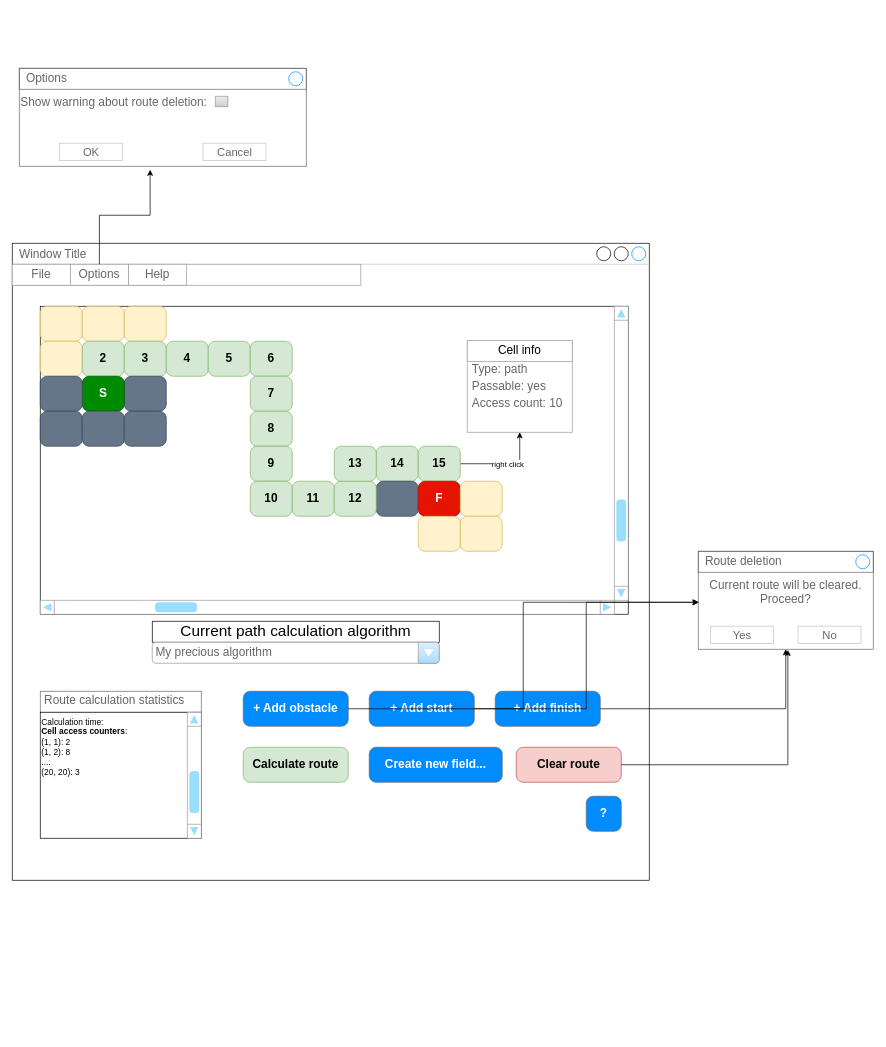
drevoborod/maze keeps this draw.io diagram as interface.drawio. Above is the earlier version. Source tidied: cells renumbered, new cells numbered last; positions are measured from the earlier drawing's top-left corner, leaving out a move shared by most shapes. Both pictures are drawn from the tidied source at 70%, with x=0, y=0 at pixel (12, 68).
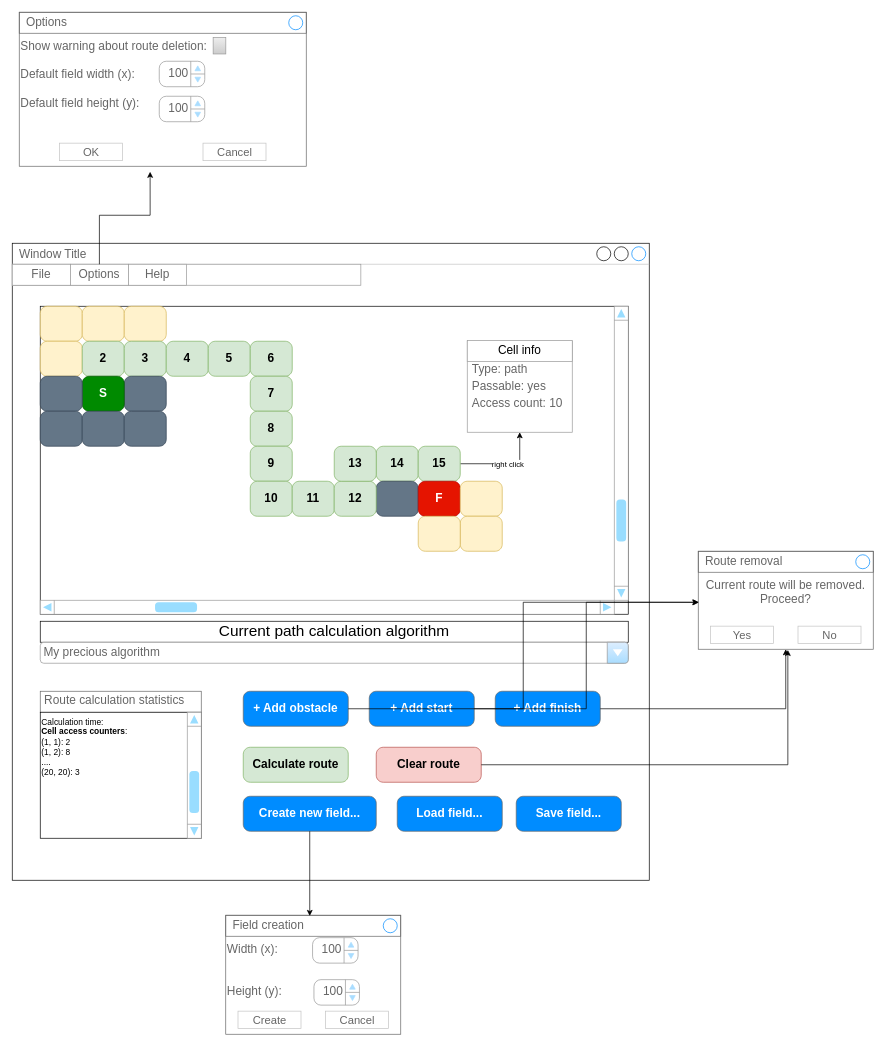
Above is the later version.

Commit message:
GUI sketch improved.

Unchanged cells that the change refers to:
```xml
<mxCell id="6" style="group;" parent="1" vertex="1">
  <mxGeometry x="40" y="890" width="840" height="210" as="geometry" />
</mxCell>
```

What changed in the source:
```diff
@@
     <mxCell id="10" value="Clear route" style="strokeWidth=1;shadow=0;dashed=0;align=center;html=1;shape=mxgraph.mockup.buttons.button;strokeColor=#b85450;mainText=;buttonStyle=round;fontSize=17;fontStyle=1;fillColor=#f8cecc;whiteSpace=wrap;" parent="6" vertex="1">
-      <mxGeometry x="680" y="80" width="150" height="50" as="geometry" />
+      <mxGeometry x="480" y="80" width="150" height="50" as="geometry" />
     </mxCell>
     <mxCell id="11" value="Create new field..." style="strokeWidth=1;shadow=0;dashed=0;align=center;html=1;shape=mxgraph.mockup.buttons.button;strokeColor=#666666;fontColor=#ffffff;mainText=;buttonStyle=round;fontSize=17;fontStyle=1;fillColor=#008cff;whiteSpace=wrap;" parent="6" vertex="1">
-      <mxGeometry x="470" y="80" width="190" height="50" as="geometry" />
+      <mxGeometry x="290" y="150" width="190" height="50" as="geometry" />
     </mxCell>
@@
-    <mxCell id="16" value="?" style="strokeWidth=1;shadow=0;dashed=0;align=center;html=1;shape=mxgraph.mockup.buttons.button;strokeColor=#666666;fontColor=#ffffff;mainText=;buttonStyle=round;fontSize=17;fontStyle=1;fillColor=#008cff;whiteSpace=wrap;" parent="6" vertex="1">
-      <mxGeometry x="780" y="150" width="50" height="50" as="geometry" />
-    </mxCell>
+    <mxCell id="76" value="Load field..." style="strokeWidth=1;shadow=0;dashed=0;align=center;html=1;shape=mxgraph.mockup.buttons.button;strokeColor=#666666;fontColor=#ffffff;mainText=;buttonStyle=round;fontSize=17;fontStyle=1;fillColor=#008cff;whiteSpace=wrap;" parent="6" vertex="1">
+      <mxGeometry x="510" y="150" width="150" height="50" as="geometry" />
+    </mxCell>
+    <mxCell id="77" value="Save field..." style="strokeWidth=1;shadow=0;dashed=0;align=center;html=1;shape=mxgraph.mockup.buttons.button;strokeColor=#666666;fontColor=#ffffff;mainText=;buttonStyle=round;fontSize=17;fontStyle=1;fillColor=#008cff;whiteSpace=wrap;" parent="6" vertex="1">
+      <mxGeometry x="680" y="150" width="150" height="50" as="geometry" />
+    </mxCell>
     <mxCell id="17" value="Current path calculation algorithm" style="text;html=1;align=center;verticalAlign=middle;whiteSpace=wrap;rounded=0;strokeColor=default;fontSize=22;" parent="1" vertex="1">
-      <mxGeometry x="200" y="790" width="410" height="30" as="geometry" />
+      <mxGeometry x="40" y="790" width="840" height="30" as="geometry" />
     </mxCell>
     <mxCell id="18" value="My precious algorithm" style="strokeWidth=1;shadow=0;dashed=0;align=center;html=1;shape=mxgraph.mockup.forms.comboBox;strokeColor=#999999;fillColor=#ddeeff;align=left;fillColor2=#aaddff;mainText=;fontColor=#666666;fontSize=17;spacingLeft=3;" parent="1" vertex="1">
-      <mxGeometry x="200" y="820" width="410" height="30" as="geometry" />
+      <mxGeometry x="40" y="820" width="840" height="30" as="geometry" />
     </mxCell>
@@
-    <mxCell id="56" value="Current route will be cleared.&lt;div&gt;Proceed?&lt;/div&gt;" style="strokeWidth=1;shadow=0;dashed=0;align=center;html=1;shape=mxgraph.mockup.containers.rrect;rSize=0;strokeColor=#666666;fontColor=#666666;fontSize=17;verticalAlign=top;whiteSpace=wrap;fillColor=#ffffff;spacingTop=32;" parent="1" vertex="1">
+    <mxCell id="56" value="Current route will be removed.&lt;div&gt;Proceed?&lt;/div&gt;" style="strokeWidth=1;shadow=0;dashed=0;align=center;html=1;shape=mxgraph.mockup.containers.rrect;rSize=0;strokeColor=#666666;fontColor=#666666;fontSize=17;verticalAlign=top;whiteSpace=wrap;fillColor=#ffffff;spacingTop=32;" parent="1" vertex="1">
       <mxGeometry x="980" y="690" width="250" height="140" as="geometry" />
     </mxCell>
-    <mxCell id="57" value="Route deletion" style="strokeWidth=1;shadow=0;dashed=0;align=center;html=1;shape=mxgraph.mockup.containers.rrect;rSize=0;fontSize=17;fontColor=#666666;strokeColor=#666666;align=left;spacingLeft=8;fillColor=none;whiteSpace=wrap;" parent="56" vertex="1">
+    <mxCell id="57" value="Route removal" style="strokeWidth=1;shadow=0;dashed=0;align=center;html=1;shape=mxgraph.mockup.containers.rrect;rSize=0;fontSize=17;fontColor=#666666;strokeColor=#666666;align=left;spacingLeft=8;fillColor=none;whiteSpace=wrap;" parent="56" vertex="1">
       <mxGeometry width="250" height="30" relative="1" as="geometry" />
     </mxCell>
@@
-    <mxCell id="69" value="Show warning about route deletion:&amp;nbsp;" style="strokeWidth=1;shadow=0;dashed=0;align=left;html=1;shape=mxgraph.mockup.containers.rrect;rSize=0;strokeColor=#666666;fontColor=#666666;fontSize=17;verticalAlign=top;whiteSpace=wrap;fillColor=#ffffff;spacingTop=32;" parent="1" vertex="1">
-      <mxGeometry x="10" width="410" height="140" as="geometry" />
+    <mxCell id="69" value="Show warning about route deletion:&lt;div&gt;&lt;br&gt;&lt;/div&gt;&lt;div&gt;Default field width (x):&lt;/div&gt;&lt;div&gt;&lt;br&gt;&lt;/div&gt;&lt;div&gt;Default field height (y):&lt;br&gt;&lt;/div&gt;" style="strokeWidth=1;shadow=0;dashed=0;align=left;html=1;shape=mxgraph.mockup.containers.rrect;rSize=0;strokeColor=#666666;fontColor=#666666;fontSize=17;verticalAlign=top;whiteSpace=wrap;fillColor=#ffffff;spacingTop=32;" parent="1" vertex="1">
+      <mxGeometry x="10" y="-80" width="410" height="220" as="geometry" />
     </mxCell>
@@
     <mxCell id="74" style="strokeWidth=1;shadow=0;dashed=0;align=center;html=1;shape=mxgraph.mockup.forms.rrect;rSize=0;fillColor=#eeeeee;strokeColor=#999999;gradientColor=#cccccc;align=left;spacingLeft=4;fontSize=17;fontColor=#666666;labelPosition=right;" parent="69" vertex="1">
-      <mxGeometry x="280" y="40" width="18.1" height="15" as="geometry" />
+      <mxGeometry x="277" y="36" width="18.1" height="23.6" as="geometry" />
     </mxCell>
+    <mxCell id="78" value="&lt;table cellpadding=&quot;0&quot; cellspacing=&quot;0&quot; style=&quot;width:100%;height:100%;&quot;&gt;&lt;tr&gt;&lt;td style=&quot;width:85%&quot;&gt;100&lt;/td&gt;&lt;td style=&quot;width:15%&quot;&gt;&lt;/td&gt;&lt;/tr&gt;&lt;/table&gt;" style="strokeWidth=1;shadow=0;dashed=0;align=center;html=1;shape=mxgraph.mockup.forms.spinner;strokeColor=#999999;spinLayout=right;spinStyle=normal;adjStyle=triangle;fillColor=#aaddff;fontSize=17;fontColor=#666666;mainText=;html=1;overflow=fill;" parent="69" vertex="1">
+      <mxGeometry x="200" y="70" width="65" height="36.4" as="geometry" />
+    </mxCell>
+    <mxCell id="79" value="&lt;table cellpadding=&quot;0&quot; cellspacing=&quot;0&quot; style=&quot;width:100%;height:100%;&quot;&gt;&lt;tr&gt;&lt;td style=&quot;width:85%&quot;&gt;100&lt;/td&gt;&lt;td style=&quot;width:15%&quot;&gt;&lt;/td&gt;&lt;/tr&gt;&lt;/table&gt;" style="strokeWidth=1;shadow=0;dashed=0;align=center;html=1;shape=mxgraph.mockup.forms.spinner;strokeColor=#999999;spinLayout=right;spinStyle=normal;adjStyle=triangle;fillColor=#aaddff;fontSize=17;fontColor=#666666;mainText=;html=1;overflow=fill;" parent="69" vertex="1">
+      <mxGeometry x="200" y="120" width="65" height="36.4" as="geometry" />
+    </mxCell>
@@
+    <mxCell id="80" value="Width (x):&amp;nbsp;&lt;div&gt;&lt;br&gt;&lt;/div&gt;&lt;div&gt;&lt;br&gt;&lt;/div&gt;&lt;div&gt;Height (y):&lt;/div&gt;" style="strokeWidth=1;shadow=0;dashed=0;align=left;html=1;shape=mxgraph.mockup.containers.rrect;rSize=0;strokeColor=#666666;fontColor=#666666;fontSize=17;verticalAlign=top;whiteSpace=wrap;fillColor=#ffffff;spacingTop=32;" parent="1" vertex="1">
+      <mxGeometry x="305" y="1210" width="250" height="170" as="geometry" />
+    </mxCell>
+    <mxCell id="81" value="Field creation" style="strokeWidth=1;shadow=0;dashed=0;align=center;html=1;shape=mxgraph.mockup.containers.rrect;rSize=0;fontSize=17;fontColor=#666666;strokeColor=#666666;align=left;spacingLeft=8;fillColor=none;whiteSpace=wrap;" parent="80" vertex="1">
+      <mxGeometry width="250" height="30" relative="1" as="geometry" />
+    </mxCell>
+    <mxCell id="82" style="shape=ellipse;strokeColor=#008cff;fillColor=none;html=1;" parent="81" vertex="1">
+      <mxGeometry x="1" y="0.5" width="20" height="20" relative="1" as="geometry">
+        <mxPoint x="-25" y="-10" as="offset" />
+      </mxGeometry>
+    </mxCell>
+    <mxCell id="83" value="Create" style="strokeWidth=1;shadow=0;dashed=0;align=center;html=1;shape=mxgraph.mockup.containers.rrect;rSize=0;fontSize=16;fontColor=#666666;strokeColor=#c4c4c4;whiteSpace=wrap;fillColor=none;" parent="80" vertex="1">
+      <mxGeometry x="0.25" y="1" width="90" height="25" relative="1" as="geometry">
+        <mxPoint x="-45" y="-33" as="offset" />
+      </mxGeometry>
+    </mxCell>
+    <mxCell id="84" value="Cancel" style="strokeWidth=1;shadow=0;dashed=0;align=center;html=1;shape=mxgraph.mockup.containers.rrect;rSize=0;fontSize=16;fontColor=#666666;strokeColor=#c4c4c4;whiteSpace=wrap;fillColor=none;" parent="80" vertex="1">
+      <mxGeometry x="0.75" y="1" width="90" height="25" relative="1" as="geometry">
+        <mxPoint x="-45" y="-33" as="offset" />
+      </mxGeometry>
+    </mxCell>
+    <mxCell id="85" value="&lt;table cellpadding=&quot;0&quot; cellspacing=&quot;0&quot; style=&quot;width:100%;height:100%;&quot;&gt;&lt;tr&gt;&lt;td style=&quot;width:85%&quot;&gt;100&lt;/td&gt;&lt;td style=&quot;width:15%&quot;&gt;&lt;/td&gt;&lt;/tr&gt;&lt;/table&gt;" style="strokeWidth=1;shadow=0;dashed=0;align=center;html=1;shape=mxgraph.mockup.forms.spinner;strokeColor=#999999;spinLayout=right;spinStyle=normal;adjStyle=triangle;fillColor=#aaddff;fontSize=17;fontColor=#666666;mainText=;html=1;overflow=fill;" parent="80" vertex="1">
+      <mxGeometry x="124" y="32" width="65" height="36.4" as="geometry" />
+    </mxCell>
+    <mxCell id="86" value="&lt;table cellpadding=&quot;0&quot; cellspacing=&quot;0&quot; style=&quot;width:100%;height:100%;&quot;&gt;&lt;tr&gt;&lt;td style=&quot;width:85%&quot;&gt;100&lt;/td&gt;&lt;td style=&quot;width:15%&quot;&gt;&lt;/td&gt;&lt;/tr&gt;&lt;/table&gt;" style="strokeWidth=1;shadow=0;dashed=0;align=center;html=1;shape=mxgraph.mockup.forms.spinner;strokeColor=#999999;spinLayout=right;spinStyle=normal;adjStyle=triangle;fillColor=#aaddff;fontSize=17;fontColor=#666666;mainText=;html=1;overflow=fill;" parent="80" vertex="1">
+      <mxGeometry x="126" y="92" width="65" height="36.4" as="geometry" />
+    </mxCell>
+    <mxCell id="87" style="edgeStyle=orthogonalEdgeStyle;rounded=0;jettySize=auto;html=1;entryX=0.48;entryY=0.033;entryDx=0;entryDy=0;entryPerimeter=0;" parent="1" edge="1" source="11" target="81">
+      <mxGeometry relative="1" as="geometry" />
+    </mxCell>
```
